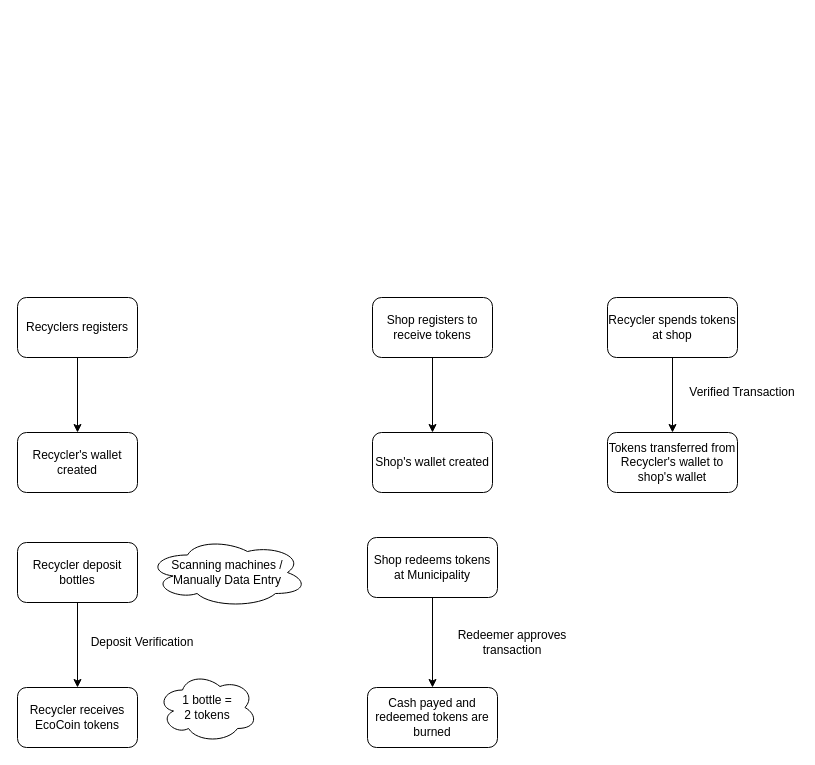
Earlier version of the draw.io diagram AppDiagram V2.drawio (ChefAharoni/EcoCoin). Source tidied: cells renumbered, new cells numbered last; positions are measured from the earlier drawing's top-left corner, leaving out a move shared by most shapes. Both pictures are drawn from the tidied source at 100%, with x=0, y=0 at pixel (17, 297).
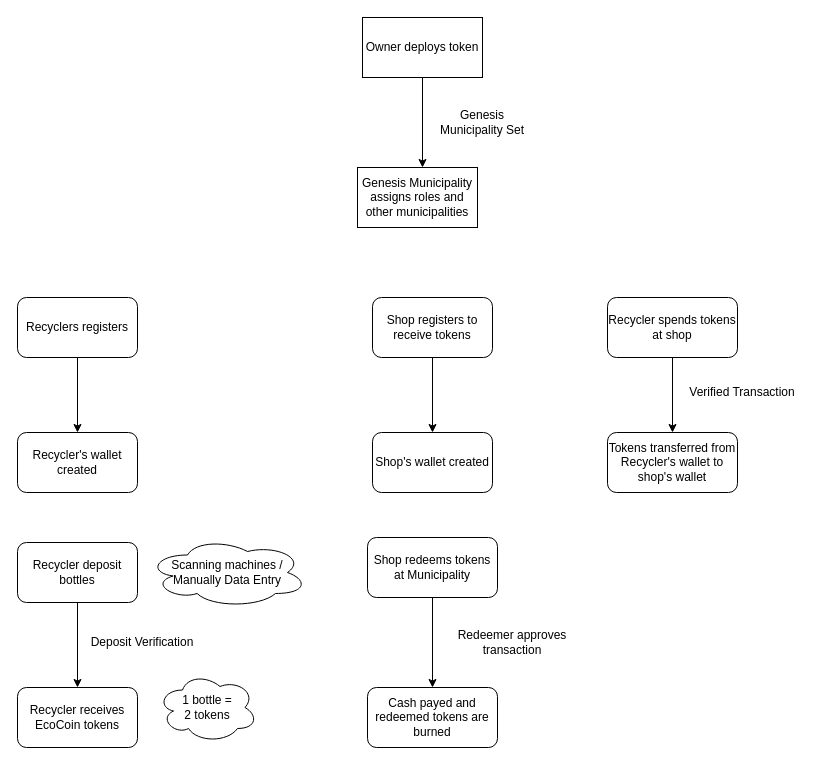
The same page after the edit.

The edit, as a diff of the source:
```diff
@@
+    <mxCell id="22" style="edgeStyle=none;html=1;" parent="1" edge="1" source="23">
+      <mxGeometry relative="1" as="geometry">
+        <mxPoint x="405" y="-130" as="targetPoint" />
+      </mxGeometry>
+    </mxCell>
+    <mxCell id="23" value="Owner deploys token" style="rounded=0;whiteSpace=wrap;html=1;" parent="1" vertex="1">
+      <mxGeometry x="345" y="-280" width="120" height="60" as="geometry" />
+    </mxCell>
+    <mxCell id="24" value="Genesis Municipality Set" style="text;html=1;strokeColor=none;fillColor=none;align=center;verticalAlign=middle;whiteSpace=wrap;rounded=0;" parent="1" vertex="1">
+      <mxGeometry x="410" y="-190" width="110" height="30" as="geometry" />
+    </mxCell>
+    <mxCell id="25" value="Genesis Municipality assigns roles and other municipalities" style="rounded=0;whiteSpace=wrap;html=1;" parent="1" vertex="1">
+      <mxGeometry x="340" y="-130" width="120" height="60" as="geometry" />
+    </mxCell>
```
